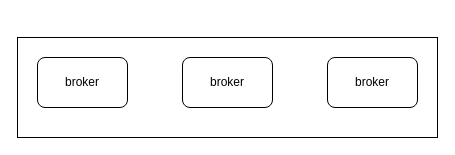
This is src/main/resources/picture/kafka/kafka.drawio from zilanghuo/project-summary, a draw.io file, before an edit. Source tidied: cells renumbered, new cells numbered last; positions are measured from the earlier drawing's top-left corner, leaving out a move shared by most shapes. Both pictures are drawn from the tidied source at 100%, with x=0, y=0 at pixel (17, 37).
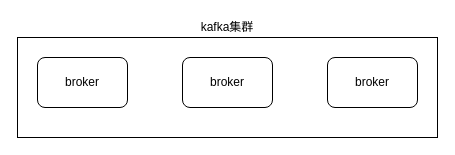
The same page after the edit.

Diff of the diagram source:
```diff
@@
 <mxGraphModel>
   <root>
     <mxCell id="0" />
     <mxCell id="1" parent="0" />
     <mxCell id="2" style="rounded=0;whiteSpace=wrap;html=1;" parent="1" vertex="1">
       <mxGeometry width="420" height="100" as="geometry" />
     </mxCell>
     <mxCell id="3" value="broker" style="rounded=1;whiteSpace=wrap;html=1;" parent="1" vertex="1">
       <mxGeometry x="20" y="20" width="90" height="50" as="geometry" />
     </mxCell>
     <mxCell id="4" value="broker" style="rounded=1;whiteSpace=wrap;html=1;" parent="1" vertex="1">
       <mxGeometry x="165" y="20" width="90" height="50" as="geometry" />
     </mxCell>
     <mxCell id="5" value="broker" style="rounded=1;whiteSpace=wrap;html=1;" parent="1" vertex="1">
       <mxGeometry x="310" y="20" width="90" height="50" as="geometry" />
     </mxCell>
+    <mxCell id="6" value="kafka集群" style="text;html=1;strokeColor=none;fillColor=none;align=center;verticalAlign=middle;whiteSpace=wrap;rounded=0;" parent="1" vertex="1">
+      <mxGeometry x="130" y="-20" width="160" height="20" as="geometry" />
+    </mxCell>
   </root>
 </mxGraphModel>
```
